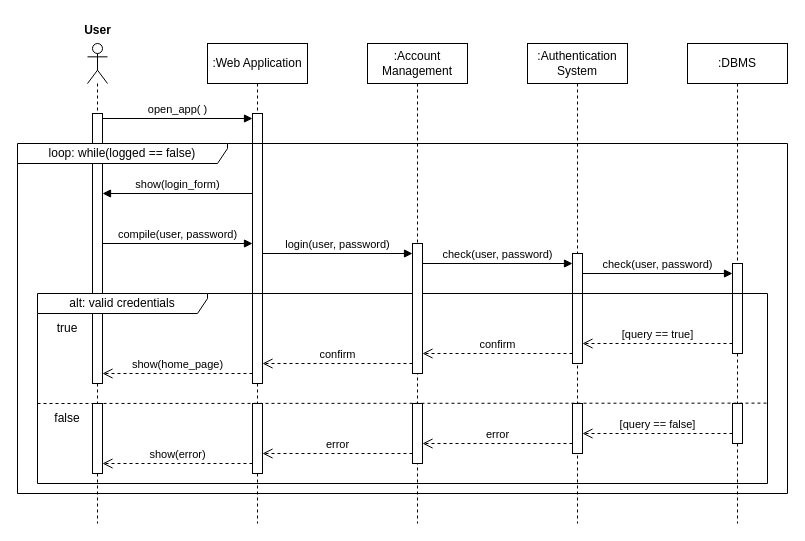
Before: DD/Misc/Seq1.drawio in Zero3474/AlkhetiarBonardi, a draw.io diagram. Source tidied: cells renumbered, new cells numbered last; positions are measured from the earlier drawing's top-left corner, leaving out a move shared by most shapes. Both pictures are drawn from the tidied source at 100%, with x=0, y=0 at pixel (17, 17).
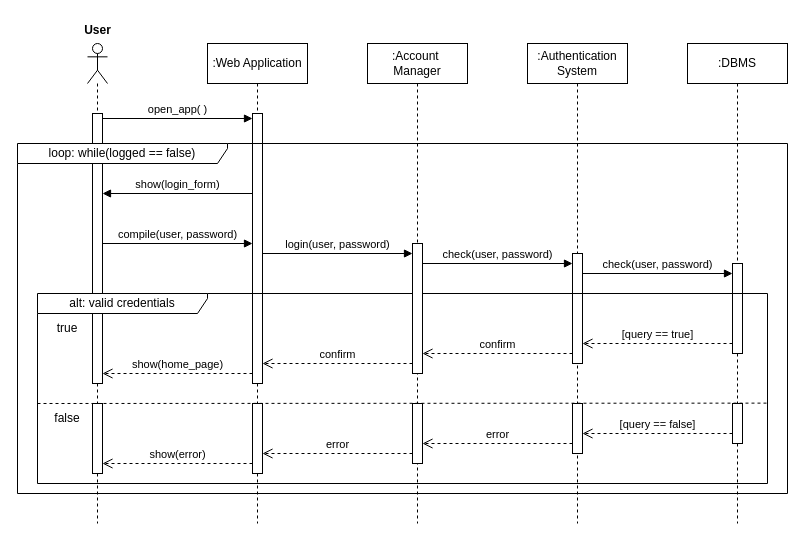
The same page after the edit.

Change to the diagram source:
```diff
@@
-    <mxCell id="30" value=":Account Management" style="shape=umlLifeline;perimeter=lifelinePerimeter;whiteSpace=wrap;html=1;newEdgeStyle={&quot;curved&quot;:0,&quot;rounded&quot;:0};" parent="1" vertex="1">
+    <mxCell id="30" value=":Account&amp;nbsp;&lt;div&gt;Manager&lt;/div&gt;" style="shape=umlLifeline;perimeter=lifelinePerimeter;whiteSpace=wrap;html=1;newEdgeStyle={&quot;curved&quot;:0,&quot;rounded&quot;:0};" parent="1" vertex="1">
       <mxGeometry x="350" y="26" width="100" height="480" as="geometry" />
     </mxCell>
```
